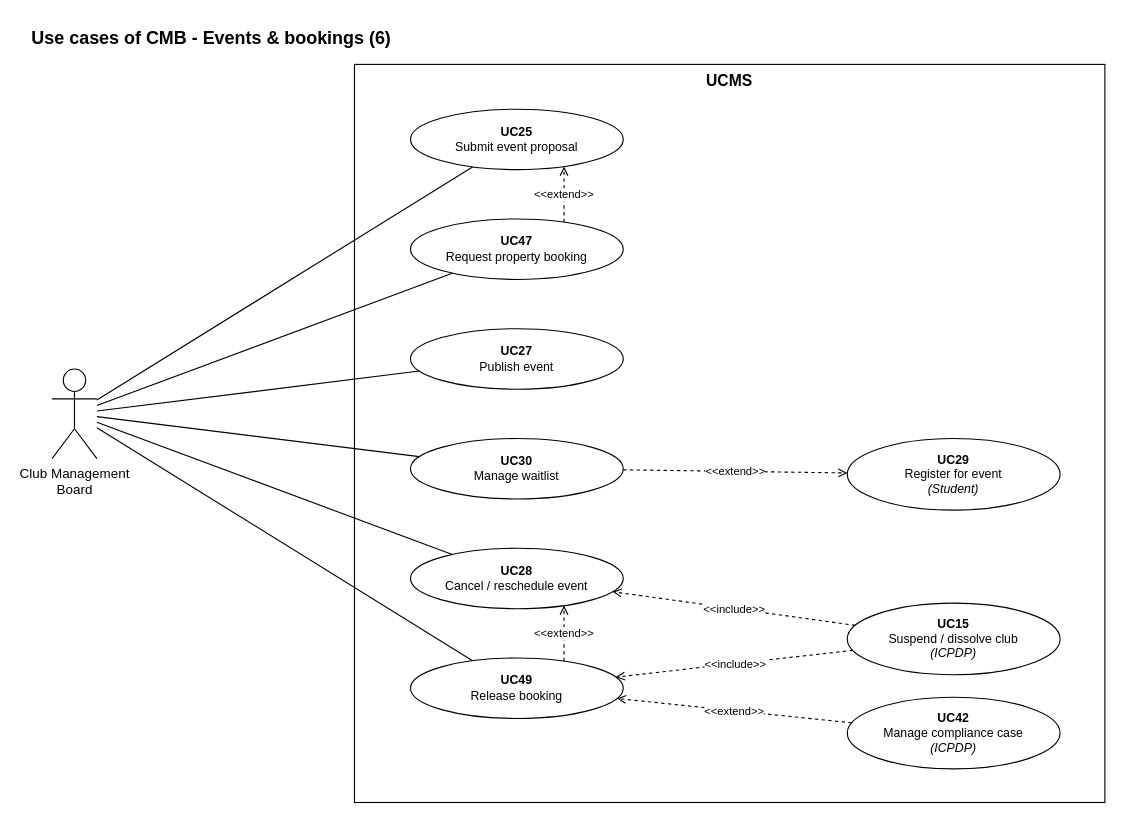
This is page "CMB 3 - Events & bookings" (5 of 9) of docs/diagrams/UCMS_UseCase_ByActor.drawio from nvdekay/ClubManagementSystem, a draw.io file, before an edit. Source tidied: cells renumbered, new cells numbered last; positions are measured from the earlier drawing's top-left corner, leaving out a move shared by most shapes. Both pictures are drawn from the tidied source at 112%, with x=0, y=0 at pixel (29, 19).
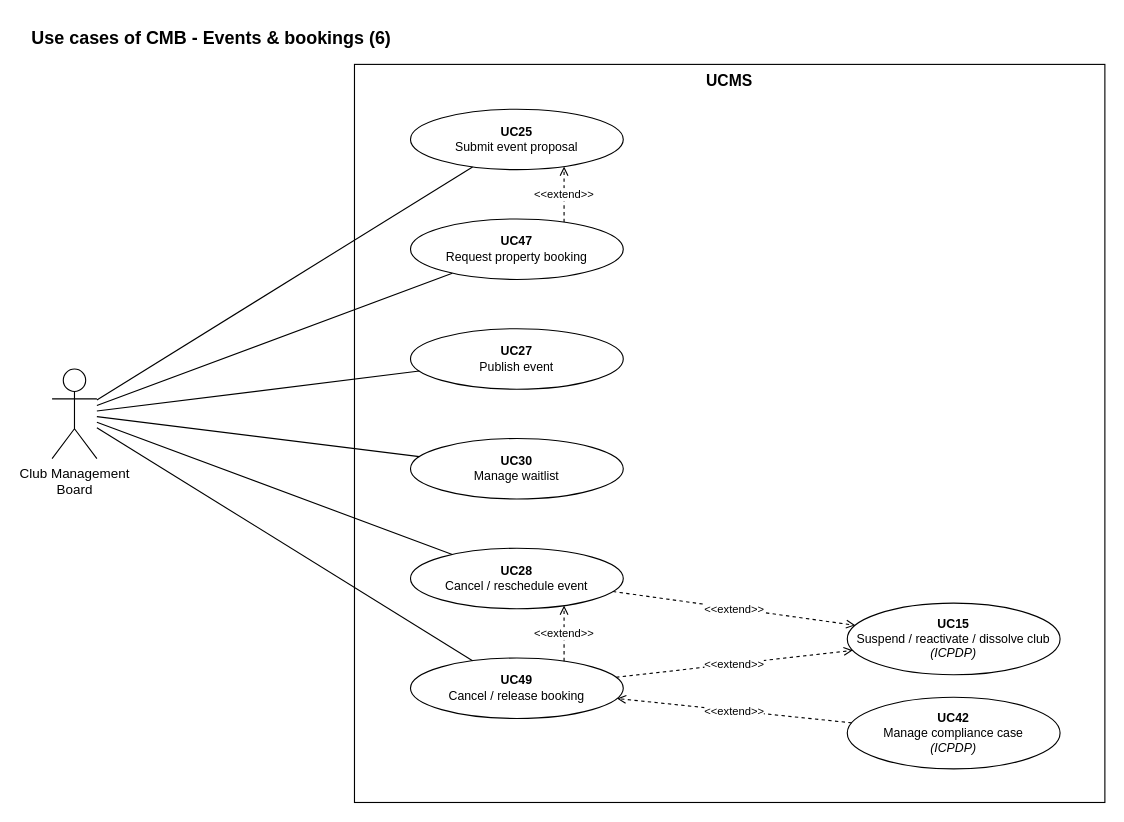
After the change.

Unchanged cells that the change refers to:
```xml
<mxCell id="11" value="&lt;b&gt;UC30&lt;/b&gt;&lt;br&gt;Manage waitlist" style="ellipse;whiteSpace=wrap;html=1;fillColor=#ffffff;strokeColor=#000000;fontSize=11;" parent="1" vertex="1">
  <mxGeometry x="340" y="374" width="190" height="54" as="geometry" />
</mxCell>
<mxCell id="13" value="&lt;b&gt;UC28&lt;/b&gt;&lt;br&gt;Cancel / reschedule event" style="ellipse;whiteSpace=wrap;html=1;fillColor=#ffffff;strokeColor=#000000;fontSize=11;" parent="1" vertex="1">
  <mxGeometry x="340" y="472" width="190" height="54" as="geometry" />
</mxCell>
```

Diff of the diagram source:
```diff
@@
-    <mxCell id="15" value="&lt;b&gt;UC49&lt;/b&gt;&lt;br&gt;Release booking" style="ellipse;whiteSpace=wrap;html=1;fillColor=#ffffff;strokeColor=#000000;fontSize=11;" parent="1" vertex="1">
+    <mxCell id="15" value="&lt;b&gt;UC49&lt;/b&gt;&lt;br&gt;Cancel / release booking" style="ellipse;whiteSpace=wrap;html=1;fillColor=#ffffff;strokeColor=#000000;fontSize=11;" parent="1" vertex="1">
       <mxGeometry x="340" y="570" width="190" height="54" as="geometry" />
     </mxCell>
@@
-    <mxCell id="17" value="&lt;b&gt;UC29&lt;/b&gt;&lt;br&gt;Register for event&lt;br&gt;&lt;i&gt;(Student)&lt;/i&gt;" style="ellipse;whiteSpace=wrap;html=1;fillColor=#ffffff;strokeColor=#000000;fontSize=11;" parent="1" vertex="1">
-      <mxGeometry x="730" y="374" width="190" height="64" as="geometry" />
-    </mxCell>
-    <mxCell id="18" value="&lt;b&gt;UC15&lt;/b&gt;&lt;br&gt;Suspend / dissolve club&lt;br&gt;&lt;i&gt;(ICPDP)&lt;/i&gt;" style="ellipse;whiteSpace=wrap;html=1;fillColor=#ffffff;strokeColor=#000000;fontSize=11;" parent="1" vertex="1">
+    <mxCell id="18" value="&lt;b&gt;UC15&lt;/b&gt;&lt;br&gt;Suspend / reactivate / dissolve club&lt;br&gt;&lt;i&gt;(ICPDP)&lt;/i&gt;" style="ellipse;whiteSpace=wrap;html=1;fillColor=#ffffff;strokeColor=#000000;fontSize=11;" parent="1" vertex="1">
       <mxGeometry x="730" y="521" width="190" height="64" as="geometry" />
     </mxCell>
@@
-    <mxCell id="20" value="&amp;lt;&amp;lt;include&amp;gt;&amp;gt;" style="endArrow=open;dashed=1;html=1;strokeColor=#000000;fontSize=10;labelBackgroundColor=#ffffff;" parent="1" edge="1" source="18" target="13">
+    <mxCell id="20" value="&amp;lt;&amp;lt;extend&amp;gt;&amp;gt;" style="endArrow=open;dashed=1;html=1;strokeColor=#000000;fontSize=10;labelBackgroundColor=#ffffff;" parent="1" edge="1" source="13" target="18">
       <mxGeometry relative="1" as="geometry" />
     </mxCell>
-    <mxCell id="21" value="&amp;lt;&amp;lt;include&amp;gt;&amp;gt;" style="endArrow=open;dashed=1;html=1;strokeColor=#000000;fontSize=10;labelBackgroundColor=#ffffff;" parent="1" edge="1" source="18" target="15">
+    <mxCell id="21" value="&amp;lt;&amp;lt;extend&amp;gt;&amp;gt;" style="endArrow=open;dashed=1;html=1;strokeColor=#000000;fontSize=10;labelBackgroundColor=#ffffff;" parent="1" edge="1" source="15" target="18">
       <mxGeometry relative="1" as="geometry" />
     </mxCell>
-    <mxCell id="22" value="&amp;lt;&amp;lt;extend&amp;gt;&amp;gt;" style="endArrow=open;dashed=1;html=1;strokeColor=#000000;fontSize=10;labelBackgroundColor=#ffffff;" parent="1" edge="1" source="11" target="17">
-      <mxGeometry relative="1" as="geometry" />
-    </mxCell>
```
